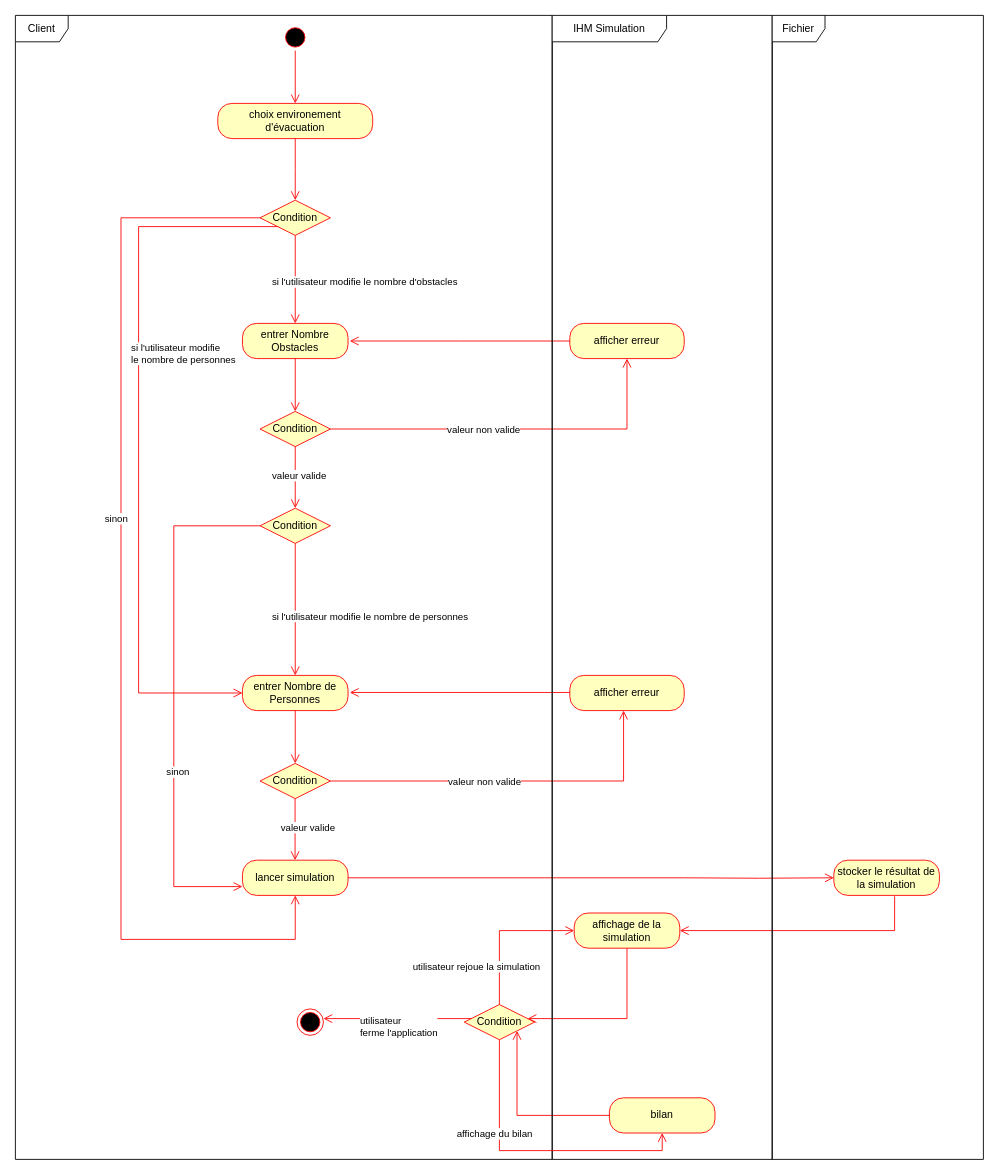
The draw.io diagram UML/Diagramme de dactivité Drawio.drawio in Mathmo0/Simulation_foule, before the edit. Source tidied: cells renumbered, new cells numbered last; positions are measured from the earlier drawing's top-left corner, leaving out a move shared by most shapes. Both pictures are drawn from the tidied source at 88%, with x=0, y=0 at pixel (15, 15).
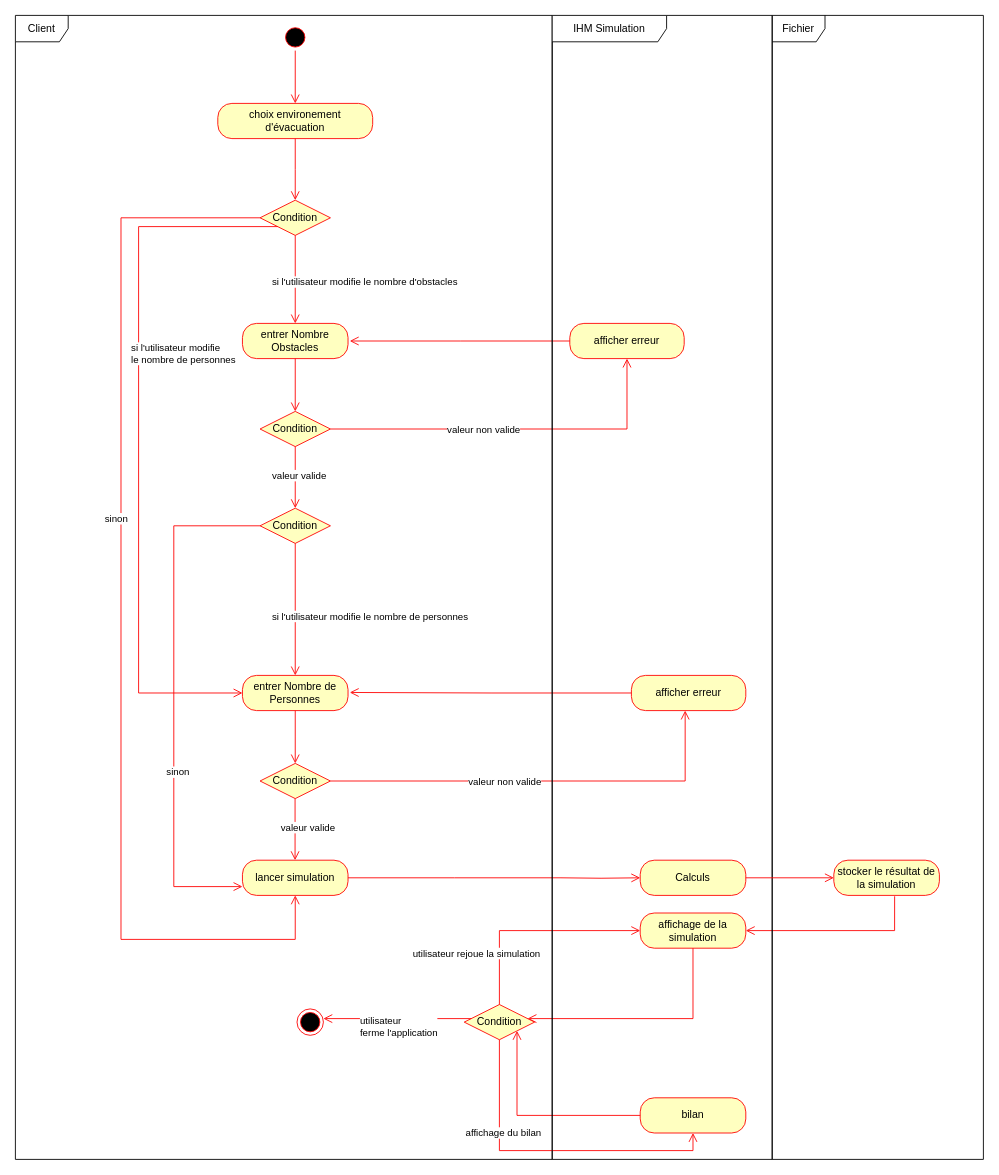
The same page after the edit.

The change refers to these unchanged cells:
```xml
<mxCell id="16" value="Condition" style="rhombus;whiteSpace=wrap;html=1;fillColor=#ffffc0;strokeColor=#ff0000;" parent="1" vertex="1">
  <mxGeometry x="278" y="850" width="80" height="40" as="geometry" />
</mxCell>
<mxCell id="19" value="lancer simulation" style="rounded=1;whiteSpace=wrap;html=1;arcSize=40;fontColor=#000000;fillColor=#ffffc0;strokeColor=#ff0000;" parent="1" vertex="1">
  <mxGeometry x="258" y="960" width="120" height="40" as="geometry" />
</mxCell>
<mxCell id="28" value="Condition" style="rhombus;whiteSpace=wrap;html=1;fillColor=#ffffc0;strokeColor=#ff0000;" parent="1" vertex="1">
  <mxGeometry x="510" y="1124" width="80" height="40" as="geometry" />
</mxCell>
<mxCell id="34" value="stocker le résultat de la simulation" style="rounded=1;whiteSpace=wrap;html=1;arcSize=40;fontColor=#000000;fillColor=#ffffc0;strokeColor=#ff0000;" parent="1" vertex="1">
  <mxGeometry x="930" y="960" width="120" height="40" as="geometry" />
</mxCell>
```

Change to the diagram source:
```diff
@@
     <mxCell id="17" value="valeur non valide" style="edgeStyle=orthogonalEdgeStyle;html=1;align=left;verticalAlign=bottom;endArrow=open;endSize=8;strokeColor=#ff0000;rounded=0;entryX=0.47;entryY=1;entryDx=0;entryDy=0;entryPerimeter=0;" parent="1" edge="1" source="16" target="23">
       <mxGeometry x="-0.36" y="-10" relative="1" as="geometry">
         <Array as="points">
-          <mxPoint x="691" y="870" />
+          <mxPoint x="761" y="870" />
         </Array>
       </mxGeometry>
     </mxCell>
@@
-    <mxCell id="20" style="edgeStyle=orthogonalEdgeStyle;html=1;verticalAlign=bottom;endArrow=open;endSize=8;strokeColor=#ff0000;rounded=0;startArrow=none;entryX=0;entryY=0.5;entryDx=0;entryDy=0;" parent="1" edge="1" target="34">
+    <mxCell id="20" style="edgeStyle=orthogonalEdgeStyle;html=1;verticalAlign=bottom;endArrow=open;endSize=8;strokeColor=#ff0000;rounded=0;startArrow=none;entryX=0;entryY=0.5;entryDx=0;entryDy=0;" parent="1" edge="1" target="44">
       <mxGeometry relative="1" as="geometry">
-        <mxPoint x="760" y="980" as="sourcePoint" />
+        <mxPoint x="620" y="980" as="sourcePoint" />
       </mxGeometry>
     </mxCell>
@@
     <mxCell id="23" value="afficher erreur" style="rounded=1;whiteSpace=wrap;html=1;arcSize=40;fontColor=#000000;fillColor=#ffffc0;strokeColor=#ff0000;" parent="1" vertex="1">
-      <mxGeometry x="630" y="750" width="130" height="40" as="geometry" />
+      <mxGeometry x="700" y="750" width="130" height="40" as="geometry" />
     </mxCell>
-    <mxCell id="24" style="edgeStyle=orthogonalEdgeStyle;html=1;verticalAlign=bottom;endArrow=open;endSize=8;strokeColor=#ff0000;rounded=0;" parent="1" edge="1">
+    <mxCell id="24" style="edgeStyle=orthogonalEdgeStyle;html=1;verticalAlign=bottom;endArrow=open;endSize=8;strokeColor=#ff0000;rounded=0;exitX=0;exitY=0.5;exitDx=0;exitDy=0;" parent="1" edge="1" source="23">
       <mxGeometry relative="1" as="geometry">
-        <mxPoint x="630" y="769.4" as="sourcePoint" />
         <mxPoint x="380" y="769.4" as="targetPoint" />
       </mxGeometry>
     </mxCell>
@@
     <mxCell id="26" value="affichage de la simulation" style="rounded=1;whiteSpace=wrap;html=1;arcSize=40;fontColor=#000000;fillColor=#ffffc0;strokeColor=#ff0000;" parent="1" vertex="1">
-      <mxGeometry x="635" y="1020" width="120" height="40" as="geometry" />
+      <mxGeometry x="710" y="1020" width="120" height="40" as="geometry" />
     </mxCell>
     <mxCell id="27" style="edgeStyle=orthogonalEdgeStyle;html=1;verticalAlign=bottom;endArrow=open;endSize=8;strokeColor=#ff0000;rounded=0;" parent="1" edge="1" source="26" target="28">
       <mxGeometry relative="1" as="geometry">
         <Array as="points">
-          <mxPoint x="695" y="1140" />
+          <mxPoint x="770" y="1140" />
         </Array>
       </mxGeometry>
     </mxCell>
@@
     <mxCell id="32" value="bilan" style="rounded=1;whiteSpace=wrap;html=1;arcSize=40;fontColor=#000000;fillColor=#ffffc0;strokeColor=#ff0000;" parent="1" vertex="1">
-      <mxGeometry x="675" y="1230" width="120" height="40" as="geometry" />
+      <mxGeometry x="710" y="1230" width="120" height="40" as="geometry" />
     </mxCell>
@@
     <mxCell id="35" style="edgeStyle=orthogonalEdgeStyle;html=1;verticalAlign=bottom;endArrow=none;endSize=8;strokeColor=#ff0000;rounded=0;" parent="1" edge="1" source="19">
       <mxGeometry relative="1" as="geometry">
-        <mxPoint x="760" y="980" as="targetPoint" />
+        <mxPoint x="620" y="980" as="targetPoint" />
       </mxGeometry>
     </mxCell>
@@
-    <mxCell id="37" value="IHM Simulation" style="shape=umlFrame;whiteSpace=wrap;html=1;width=130;height=30;" parent="1" vertex="1">
-      <mxGeometry x="610" width="250" height="1300" as="geometry" />
-    </mxCell>
@@
     <mxCell id="43" value="affichage du bilan" style="edgeStyle=orthogonalEdgeStyle;html=1;align=left;verticalAlign=bottom;endArrow=open;endSize=8;strokeColor=#ff0000;rounded=0;exitX=0.5;exitY=1;exitDx=0;exitDy=0;entryX=0.5;entryY=1;entryDx=0;entryDy=0;" parent="1" edge="1" source="28" target="32">
-      <mxGeometry x="-0.3" y="-50" relative="1" as="geometry">
+      <mxGeometry x="-0.37" y="-40" relative="1" as="geometry">
         <Array as="points">
           <mxPoint x="550" y="1290" />
-          <mxPoint x="735" y="1290" />
+          <mxPoint x="770" y="1290" />
         </Array>
       </mxGeometry>
     </mxCell>
+    <mxCell id="37" value="IHM Simulation" style="shape=umlFrame;whiteSpace=wrap;html=1;width=130;height=30;" parent="1" vertex="1">
+      <mxGeometry x="610" width="250" height="1300" as="geometry" />
+    </mxCell>
+    <mxCell id="44" value="Calculs" style="rounded=1;whiteSpace=wrap;html=1;arcSize=40;fontColor=#000000;fillColor=#ffffc0;strokeColor=#ff0000;" parent="1" vertex="1">
+      <mxGeometry x="710" y="960" width="120" height="40" as="geometry" />
+    </mxCell>
+    <mxCell id="45" style="edgeStyle=orthogonalEdgeStyle;html=1;verticalAlign=bottom;endArrow=open;endSize=8;strokeColor=#ff0000;rounded=0;entryX=0;entryY=0.5;entryDx=0;entryDy=0;" parent="1" edge="1" source="44" target="34">
+      <mxGeometry relative="1" as="geometry" />
+    </mxCell>
```
